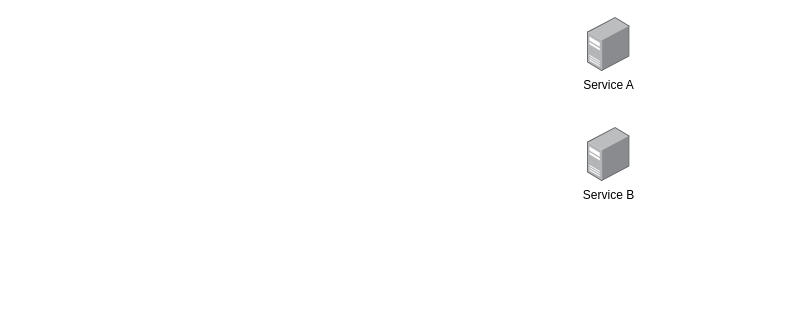
The draw.io diagram Untitled Diagram.drawio in ngotruong09/sa, before the edit. Source tidied: cells renumbered, new cells numbered last; positions are measured from the earlier drawing's top-left corner, leaving out a move shared by most shapes. Both pictures are drawn from the tidied source at 100%, with x=0, y=0 at pixel (587, 17).
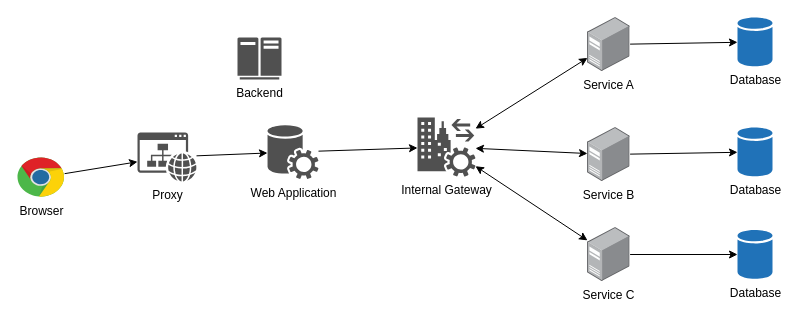
Above is the later version.

The change refers to these unchanged cells:
```xml
<mxCell id="2" value="Service A" style="image;points=[];html=1;align=center;shadow=0;dashed=0;image=img/lib/allied_telesis/computer_and_terminals/Server_Desktop.svg;" parent="1" vertex="1">
  <mxGeometry width="42.6" height="54" as="geometry" />
</mxCell>
<mxCell id="3" value="Service B" style="image;points=[];html=1;align=center;shadow=0;dashed=0;image=img/lib/allied_telesis/computer_and_terminals/Server_Desktop.svg;" parent="1" vertex="1">
  <mxGeometry y="110" width="42.6" height="54" as="geometry" />
</mxCell>
```

What changed in the source:
```diff
@@
+    <mxCell id="4" value="Service C" style="image;points=[];html=1;align=center;shadow=0;dashed=0;image=img/lib/allied_telesis/computer_and_terminals/Server_Desktop.svg;" parent="1" vertex="1">
+      <mxGeometry y="210" width="42.6" height="54" as="geometry" />
+    </mxCell>
+    <mxCell id="5" value="Database" style="sketch=0;shadow=0;dashed=0;html=1;strokeColor=none;labelPosition=center;verticalLabelPosition=bottom;verticalAlign=top;outlineConnect=0;align=center;shape=mxgraph.office.databases.database;fillColor=#2072B8;" parent="1" vertex="1">
+      <mxGeometry x="150" width="35" height="49" as="geometry" />
+    </mxCell>
+    <mxCell id="6" style="endArrow=classic;html=1;rounded=0;" parent="1" edge="1" source="2" target="5">
+      <mxGeometry relative="1" as="geometry" />
+    </mxCell>
+    <mxCell id="7" value="Database" style="sketch=0;shadow=0;dashed=0;html=1;strokeColor=none;labelPosition=center;verticalLabelPosition=bottom;verticalAlign=top;outlineConnect=0;align=center;shape=mxgraph.office.databases.database;fillColor=#2072B8;" parent="1" vertex="1">
+      <mxGeometry x="150" y="110" width="35" height="49" as="geometry" />
+    </mxCell>
+    <mxCell id="8" value="Database" style="sketch=0;shadow=0;dashed=0;html=1;strokeColor=none;labelPosition=center;verticalLabelPosition=bottom;verticalAlign=top;outlineConnect=0;align=center;shape=mxgraph.office.databases.database;fillColor=#2072B8;" parent="1" vertex="1">
+      <mxGeometry x="150" y="212.5" width="35" height="49" as="geometry" />
+    </mxCell>
+    <mxCell id="9" style="endArrow=classic;html=1;rounded=0;" parent="1" edge="1" source="3" target="7">
+      <mxGeometry relative="1" as="geometry" />
+    </mxCell>
+    <mxCell id="10" style="endArrow=classic;html=1;rounded=0;" parent="1" edge="1" source="4" target="8">
+      <mxGeometry relative="1" as="geometry" />
+    </mxCell>
+    <mxCell id="11" value="Internal Gateway" style="sketch=0;shadow=0;dashed=0;html=1;strokeColor=none;fillColor=#505050;labelPosition=center;verticalLabelPosition=bottom;verticalAlign=top;outlineConnect=0;align=center;shape=mxgraph.office.services.federation_service;" parent="1" vertex="1">
+      <mxGeometry x="-170" y="100" width="58" height="59" as="geometry" />
+    </mxCell>
+    <mxCell id="12" style="endArrow=classic;startArrow=classic;html=1;rounded=0;" parent="1" edge="1" source="11" target="2">
+      <mxGeometry relative="1" as="geometry" />
+    </mxCell>
+    <mxCell id="13" style="endArrow=classic;startArrow=classic;html=1;rounded=0;" parent="1" edge="1" source="11" target="3">
+      <mxGeometry relative="1" as="geometry" />
+    </mxCell>
+    <mxCell id="14" style="endArrow=classic;startArrow=classic;html=1;rounded=0;" parent="1" edge="1" source="11" target="4">
+      <mxGeometry relative="1" as="geometry" />
+    </mxCell>
+    <mxCell id="15" value="Web Application" style="sketch=0;shadow=0;dashed=0;html=1;strokeColor=none;fillColor=#505050;labelPosition=center;verticalLabelPosition=bottom;verticalAlign=top;outlineConnect=0;align=center;shape=mxgraph.office.services.central_management_service;" parent="1" vertex="1">
+      <mxGeometry x="-320" y="107.5" width="51" height="54" as="geometry" />
+    </mxCell>
+    <mxCell id="16" value="Browser" style="dashed=0;outlineConnect=0;html=1;align=center;labelPosition=center;verticalLabelPosition=bottom;verticalAlign=top;shape=mxgraph.weblogos.chrome;" parent="1" vertex="1">
+      <mxGeometry x="-570" y="140" width="47.1" height="40" as="geometry" />
+    </mxCell>
+    <mxCell id="17" style="endArrow=classic;html=1;rounded=0;" parent="1" edge="1" source="16" target="18">
+      <mxGeometry relative="1" as="geometry" />
+    </mxCell>
+    <mxCell id="18" value="Proxy" style="sketch=0;shadow=0;dashed=0;html=1;strokeColor=none;fillColor=#505050;labelPosition=center;verticalLabelPosition=bottom;verticalAlign=top;outlineConnect=0;align=center;shape=mxgraph.office.sites.website;" parent="1" vertex="1">
+      <mxGeometry x="-450" y="115" width="59" height="49" as="geometry" />
+    </mxCell>
+    <mxCell id="19" style="endArrow=classic;html=1;rounded=0;" parent="1" edge="1" source="18" target="15">
+      <mxGeometry relative="1" as="geometry" />
+    </mxCell>
+    <mxCell id="20" style="endArrow=classic;html=1;rounded=0;" parent="1" edge="1" source="15" target="11">
+      <mxGeometry relative="1" as="geometry" />
+    </mxCell>
+    <mxCell id="21" value="Backend" style="sketch=0;shadow=0;dashed=0;html=1;strokeColor=none;fillColor=#505050;labelPosition=center;verticalLabelPosition=bottom;verticalAlign=top;align=center;shape=mxgraph.office.servers.mainframe_host;" parent="1" vertex="1">
+      <mxGeometry x="-350" y="20" width="44" height="42" as="geometry" />
+    </mxCell>
```
